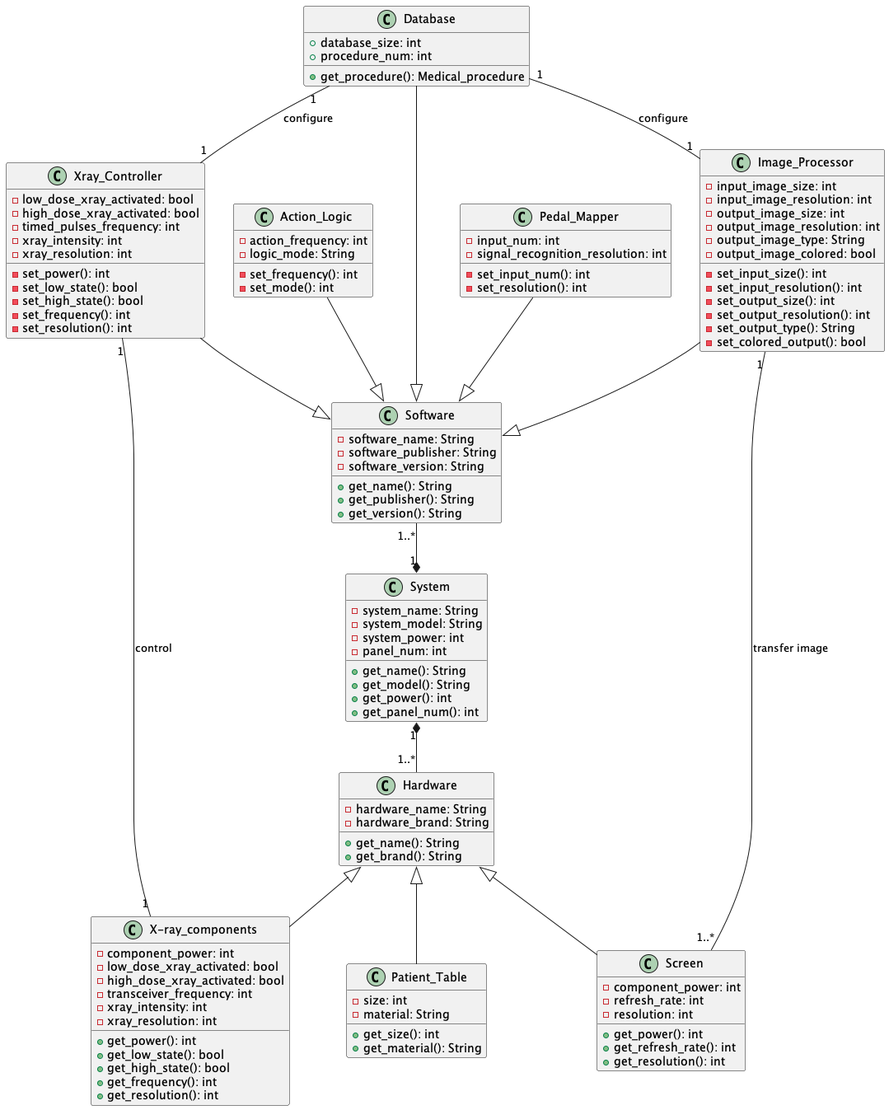
Before: class-high-level/src.png, a diagram exported from PlantUML (JCLLi/Software-System-Traning).
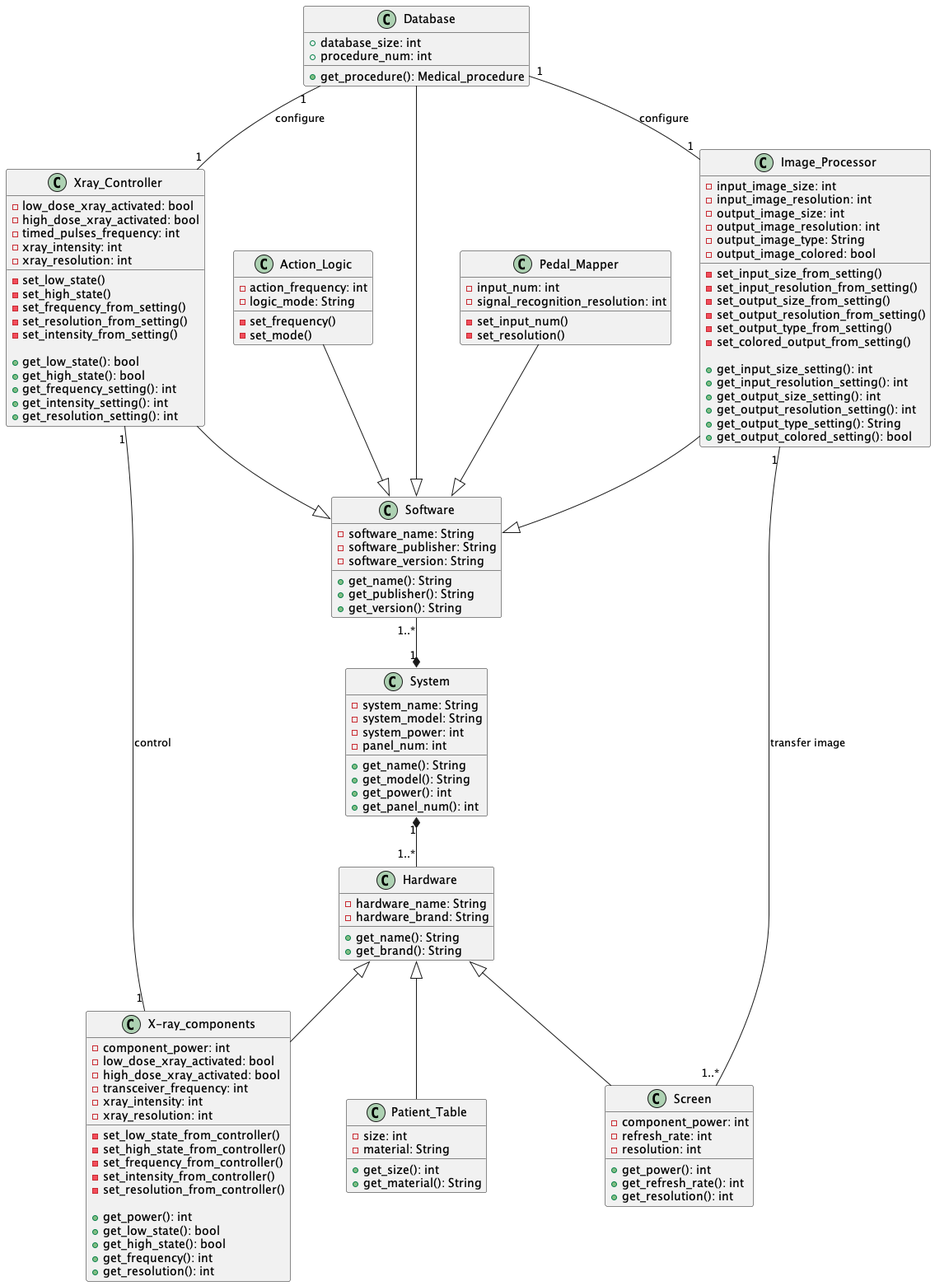
Above is the later version.

Change to the diagram source:
```diff
@@ -37,6 +37,12 @@
 -xray_intensity: int
 -xray_resolution: int
 
+-set_low_state_from_controller()
+-set_high_state_from_controller()
+-set_frequency_from_controller()
+-set_intensity_from_controller()
+-set_resolution_from_controller()
+
 +get_power(): int
 +get_low_state(): bool
 +get_high_state(): bool
@@ -73,16 +79,16 @@
 -input_num: int
 -signal_recognition_resolution: int
 
--set_input_num(): int
--set_resolution(): int
+-set_input_num()
+-set_resolution()
 }
 
 class "Action_Logic" as al{
 -action_frequency: int
 -logic_mode: String
 
--set_frequency(): int
--set_mode(): int
+-set_frequency()
+-set_mode()
 }
 
 class "Xray_Controller" as xcr{
@@ -92,11 +98,17 @@
 -xray_intensity: int
 -xray_resolution: int
 
--set_power(): int
--set_low_state(): bool
--set_high_state(): bool
--set_frequency(): int
--set_resolution(): int
+-set_low_state()
+-set_high_state()
+-set_frequency_from_setting()
+-set_resolution_from_setting()
+-set_intensity_from_setting()
+
++get_low_state(): bool
++get_high_state(): bool
++get_frequency_setting(): int
++get_intensity_setting(): int
++get_resolution_setting(): int
 }
 
 class "Image_Processor" as ip{
@@ -107,12 +119,19 @@
 -output_image_type: String
 -output_image_colored: bool
 
--set_input_size(): int
--set_input_resolution(): int
--set_output_size(): int
--set_output_resolution(): int
--set_output_type(): String
--set_colored_output(): bool
+-set_input_size_from_setting()
+-set_input_resolution_from_setting()
+-set_output_size_from_setting()
+-set_output_resolution_from_setting()
+-set_output_type_from_setting()
+-set_colored_output_from_setting()
+
++get_input_size_setting(): int
++get_input_resolution_setting(): int
++get_output_size_setting(): int
++get_output_resolution_setting(): int
++get_output_type_setting(): String
++get_output_colored_setting(): bool
 }
 
 class "Database" as db{
```
